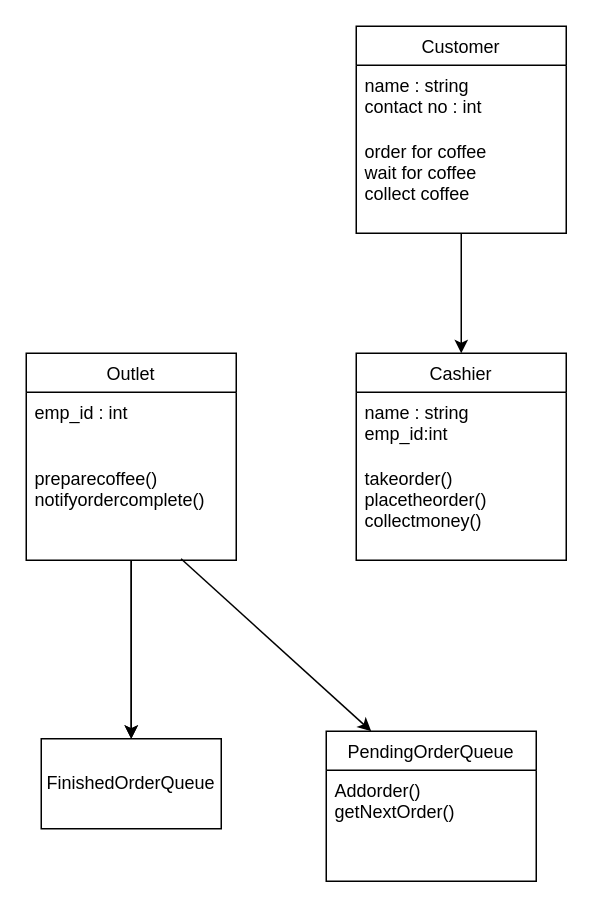
Before: page "Page-2" (2 of 2) of Untitled Diagram.drawio in Nairkannan/Datascience-repsitory, a draw.io diagram. Source tidied: cells renumbered, new cells numbered last; positions are measured from the earlier drawing's top-left corner, leaving out a move shared by most shapes. Both pictures are drawn from the tidied source at 150%, with x=0, y=0 at pixel (26, 26).
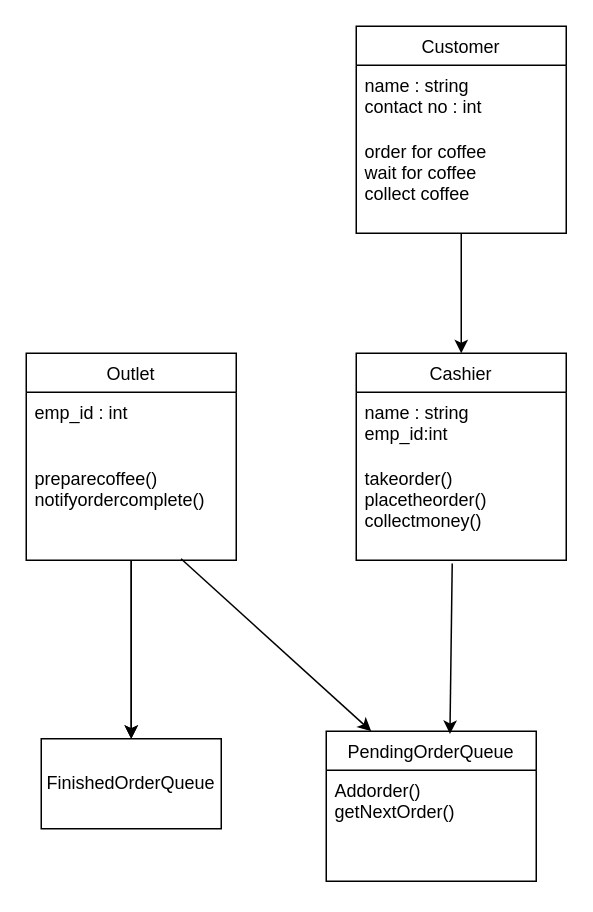
Above is the later version.

What changed in the source:
```diff
@@
 <mxGraphModel>
   <root>
     <mxCell id="0" />
     <mxCell id="1" parent="0" />
     <mxCell id="2" style="edgeStyle=orthogonalEdgeStyle;rounded=0;jettySize=auto;html=1;" parent="1" edge="1" source="3" target="6">
       <mxGeometry relative="1" as="geometry" />
     </mxCell>
     <mxCell id="3" value="Customer" style="swimlane;fontStyle=0;horizontal=1;startSize=26;" parent="1" vertex="1">
       <mxGeometry x="220" width="140" height="138" as="geometry" />
     </mxCell>
     <mxCell id="4" value="name : string&#10;contact no : int" style="text;strokeColor=none;fillColor=none;align=left;verticalAlign=top;spacingLeft=4;spacingRight=4;overflow=hidden;" parent="3" vertex="1">
       <mxGeometry y="26" width="140" height="44" as="geometry" />
     </mxCell>
     <mxCell id="5" value="order for coffee &#10;wait for coffee&#10;collect coffee" style="text;strokeColor=none;fillColor=none;align=left;verticalAlign=top;spacingLeft=4;spacingRight=4;overflow=hidden;" parent="3" vertex="1">
       <mxGeometry y="70" width="140" height="68" as="geometry" />
     </mxCell>
     <mxCell id="6" value="Cashier" style="swimlane;fontStyle=0;horizontal=1;startSize=26;" parent="1" vertex="1">
       <mxGeometry x="220" y="218" width="140" height="138" as="geometry" />
     </mxCell>
     <mxCell id="7" value="name : string&#10;emp_id:int" style="text;strokeColor=none;fillColor=none;align=left;verticalAlign=top;spacingLeft=4;spacingRight=4;overflow=hidden;" parent="6" vertex="1">
       <mxGeometry y="26" width="140" height="44" as="geometry" />
     </mxCell>
     <mxCell id="8" value="takeorder()&#10;placetheorder()&#10;collectmoney()" style="text;strokeColor=none;fillColor=none;align=left;verticalAlign=top;spacingLeft=4;spacingRight=4;overflow=hidden;points=[[0,0.5],[1,0.5]];portConstraint=eastwest;" parent="6" vertex="1">
       <mxGeometry y="70" width="140" height="68" as="geometry" />
     </mxCell>
     <mxCell id="9" style="edgeStyle=orthogonalEdgeStyle;rounded=0;jettySize=auto;html=1;" parent="1" edge="1" source="11" target="14">
       <mxGeometry relative="1" as="geometry" />
     </mxCell>
     <mxCell id="10" style="edgeStyle=orthogonalEdgeStyle;rounded=0;jettySize=auto;html=1;" parent="1" edge="1" source="11" target="14">
       <mxGeometry relative="1" as="geometry" />
     </mxCell>
     <mxCell id="11" value="Outlet" style="swimlane;fontStyle=0;horizontal=1;startSize=26;" parent="1" vertex="1">
       <mxGeometry y="218" width="140" height="138" as="geometry" />
     </mxCell>
     <mxCell id="12" value="emp_id : int" style="text;strokeColor=none;fillColor=none;align=left;verticalAlign=top;spacingLeft=4;spacingRight=4;overflow=hidden;" parent="11" vertex="1">
       <mxGeometry y="26" width="140" height="44" as="geometry" />
     </mxCell>
     <mxCell id="13" value="preparecoffee()&#10;notifyordercomplete()" style="text;strokeColor=none;fillColor=none;align=left;verticalAlign=top;spacingLeft=4;spacingRight=4;overflow=hidden;points=[[0,0.5],[1,0.5]];portConstraint=eastwest;" parent="11" vertex="1">
       <mxGeometry y="70" width="140" height="68" as="geometry" />
     </mxCell>
     <mxCell id="14" value="FinishedOrderQueue" style="whiteSpace=wrap;html=1;fontStyle=0;startSize=26;" parent="1" vertex="1">
       <mxGeometry x="10" y="475" width="120" height="60" as="geometry" />
     </mxCell>
     <mxCell id="15" style="endArrow=classic;html=1;exitX=0.737;exitY=0.985;exitDx=0;exitDy=0;exitPerimeter=0;" parent="1" edge="1" source="13">
       <mxGeometry relative="1" as="geometry">
         <mxPoint x="230" y="470" as="targetPoint" />
       </mxGeometry>
     </mxCell>
     <mxCell id="16" value="PendingOrderQueue" style="swimlane;fontStyle=0;horizontal=1;startSize=26;" parent="1" vertex="1">
       <mxGeometry x="200" y="470" width="140" height="100" as="geometry" />
     </mxCell>
     <mxCell id="17" value="Addorder()&#10;getNextOrder()" style="text;strokeColor=none;fillColor=none;align=left;verticalAlign=top;spacingLeft=4;spacingRight=4;overflow=hidden;" parent="16" vertex="1">
       <mxGeometry y="26" width="140" height="74" as="geometry" />
     </mxCell>
+    <mxCell id="18" style="endArrow=classic;html=1;exitX=0.457;exitY=1.032;exitDx=0;exitDy=0;exitPerimeter=0;entryX=0.589;entryY=0.018;entryDx=0;entryDy=0;entryPerimeter=0;" parent="1" edge="1" source="8" target="16">
+      <mxGeometry relative="1" as="geometry" />
+    </mxCell>
   </root>
 </mxGraphModel>
```
